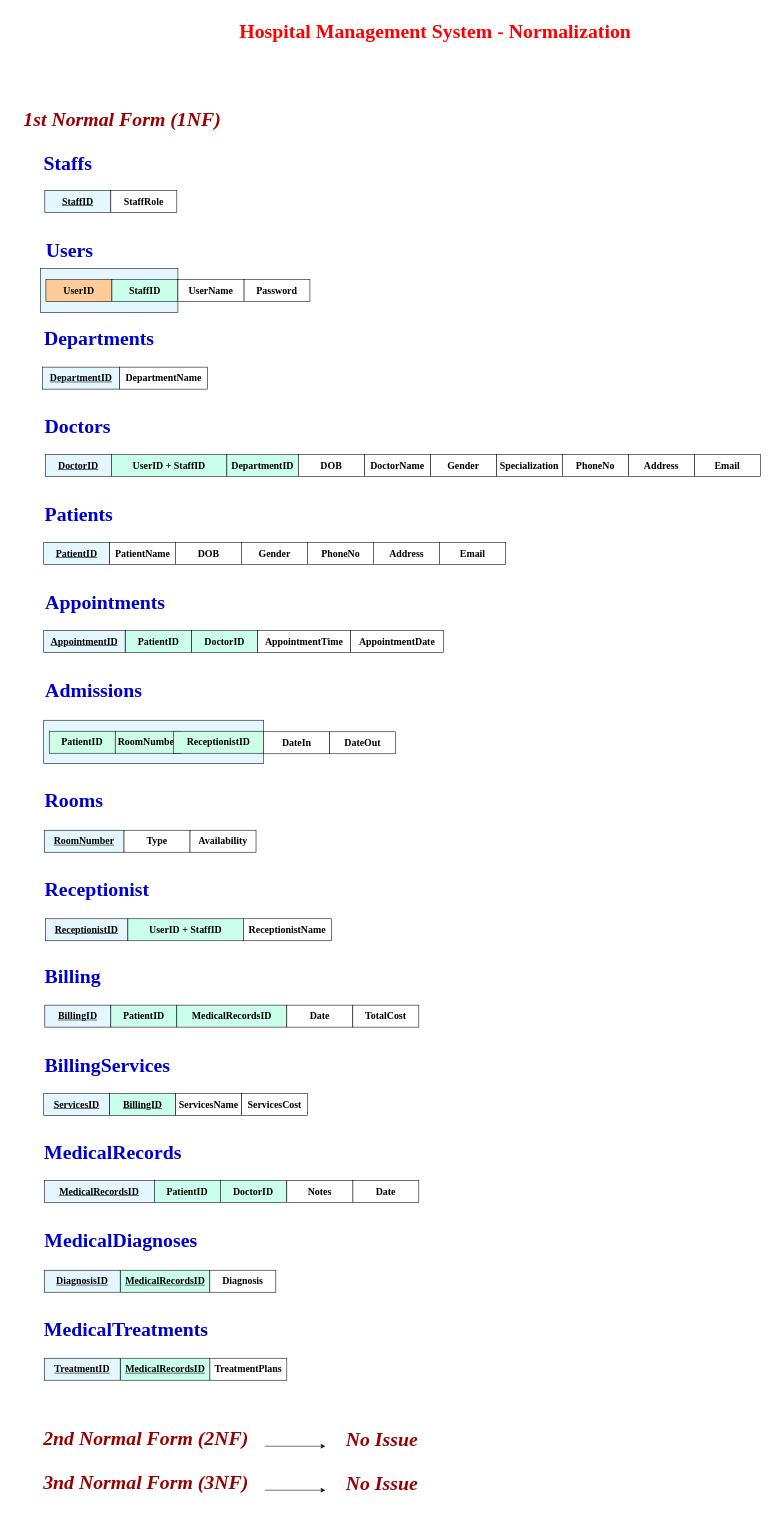
The draw.io diagram page "Page-3" (3 of 3) of Images/_HospitalManagementSystem.drawio in rahmaAlmamari/HospitalManagementSystem, before the edit. Source tidied: cells renumbered, new cells numbered last; positions are measured from the earlier drawing's top-left corner, leaving out a move shared by most shapes. Both pictures are drawn from the tidied source at 55%, with x=0, y=0 at pixel (9, 9).
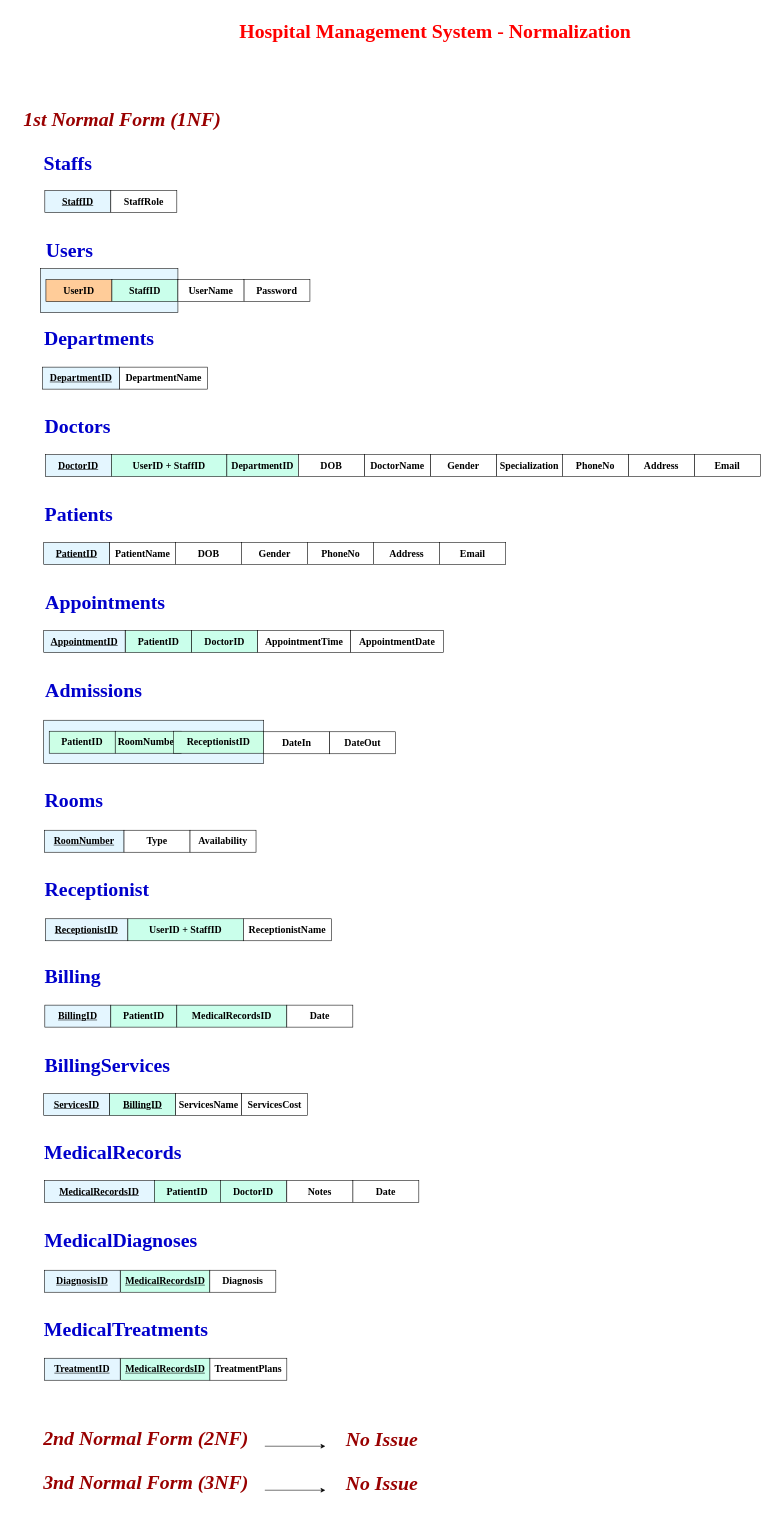
The same diagram, later.

Commit message (it also covers changes not shown here):
Modfiy the Normalization solution

The edit, as a diff of the source:
```diff
@@
-    <mxCell id="61" value="&lt;b style=&quot;font-family: &amp;quot;Times New Roman&amp;quot;;&quot;&gt;&lt;font style=&quot;font-size: 18px;&quot;&gt;TotalCost&lt;/font&gt;&lt;/b&gt;" style="whiteSpace=wrap;html=1;align=center;" parent="1" vertex="1">
-      <mxGeometry x="624" y="1810" width="120" height="40" as="geometry" />
-    </mxCell>
```
